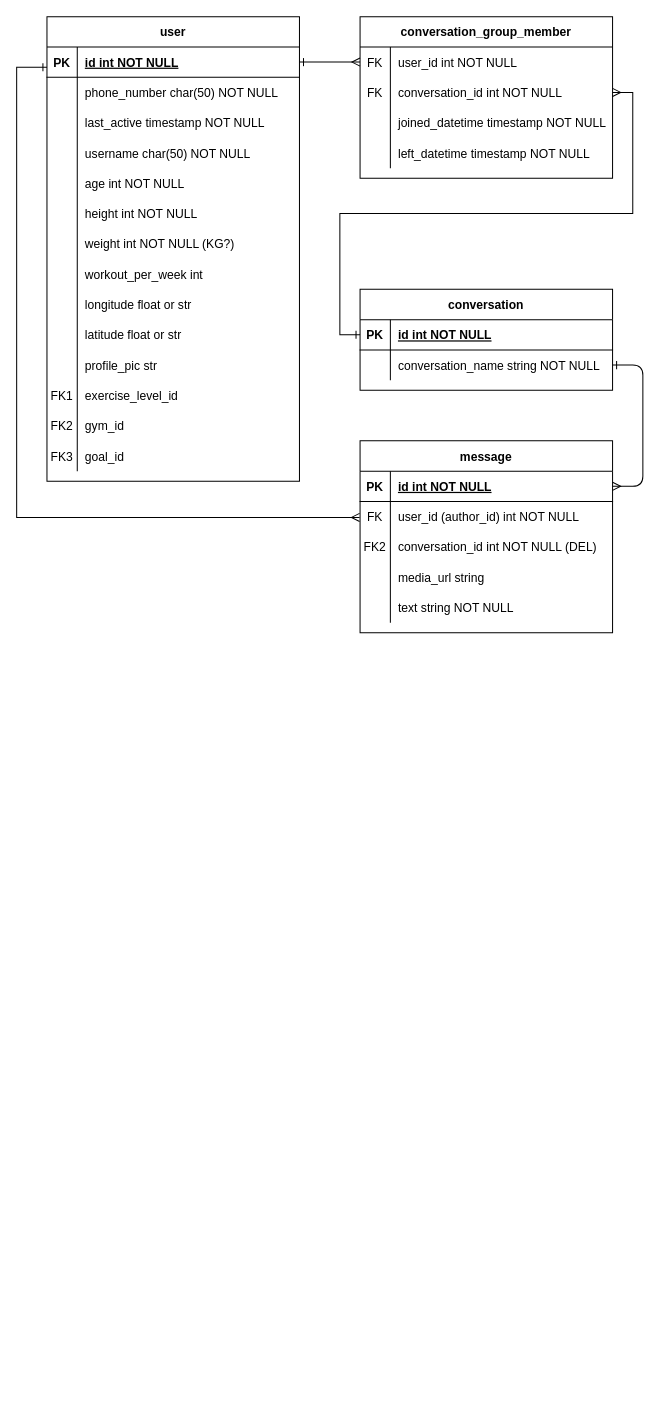
The draw.io diagram WeGoGym/WeGoGym-DB.drawio in ColaboAI/Diagrams, before the edit. Source tidied: cells renumbered, new cells numbered last; positions are measured from the earlier drawing's top-left corner, leaving out a move shared by most shapes. Both pictures are drawn from the tidied source at 101%, with x=0, y=0 at pixel (16, 16).
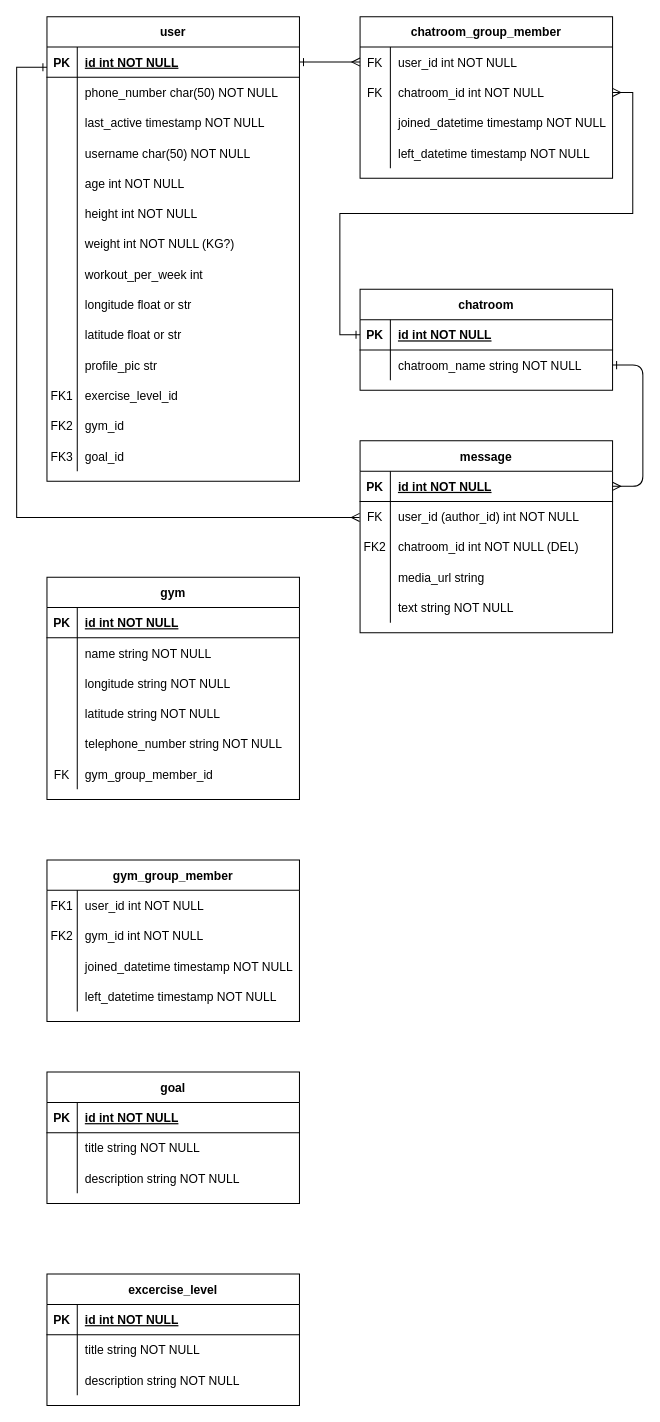
Above is the later version.

Commit message:
Add New Tables and Update table name

Unchanged cells that the change refers to:
```xml
<mxCell id="11" style="shape=partialRectangle;fillColor=none;top=0;left=0;right=0;bottom=0;" parent="4" vertex="1">
  <mxGeometry y="90" width="250" height="30" as="geometry" />
</mxCell>
<mxCell id="24" style="shape=partialRectangle;fillColor=none;points=[[0,0.5],[1,0.5]];portConstraint=eastwest;top=0;left=0;right=0;bottom=0;" parent="20" vertex="1">
  <mxGeometry y="60" width="250" height="30" as="geometry" />
</mxCell>
<mxCell id="74" style="shape=partialRectangle;fillColor=none;points=[[0,0.5],[1,0.5]];portConstraint=eastwest;top=0;left=0;right=0;bottom=0;" parent="70" vertex="1">
  <mxGeometry y="60" width="250" height="30" as="geometry" />
</mxCell>
```

Change to the diagram source:
```diff
@@
-    <mxCell id="13" value="conversation_id int NOT NULL (DEL)" style="shape=partialRectangle;overflow=hidden;fillColor=none;top=0;left=0;bottom=0;right=0;align=left;spacingLeft=6;" parent="11" vertex="1">
+    <mxCell id="13" value="chatroom_id int NOT NULL (DEL)" style="shape=partialRectangle;overflow=hidden;fillColor=none;top=0;left=0;bottom=0;right=0;align=left;spacingLeft=6;" parent="11" vertex="1">
       <mxGeometry x="30" width="220" height="30" as="geometry" />
     </mxCell>
@@
-    <mxCell id="20" value="conversation" style="shape=table;startSize=30;childLayout=tableLayout;rowLines=0;fontStyle=1;align=center;" parent="1" vertex="1">
+    <mxCell id="20" value="chatroom" style="shape=table;startSize=30;childLayout=tableLayout;rowLines=0;fontStyle=1;align=center;" parent="1" vertex="1">
       <mxGeometry x="340" y="270" width="250" height="100" as="geometry" />
     </mxCell>
@@
-    <mxCell id="26" value="conversation_name string NOT NULL" style="shape=partialRectangle;overflow=hidden;fillColor=none;top=0;left=0;bottom=0;right=0;align=left;spacingLeft=6;" parent="24" vertex="1">
+    <mxCell id="26" value="chatroom_name string NOT NULL" style="shape=partialRectangle;overflow=hidden;fillColor=none;top=0;left=0;bottom=0;right=0;align=left;spacingLeft=6;" parent="24" vertex="1">
       <mxGeometry x="30" width="220" height="30" as="geometry" />
     </mxCell>
@@
-    <mxCell id="70" value="conversation_group_member" style="shape=table;startSize=30;childLayout=tableLayout;rowLines=0;fontStyle=1;align=center;" parent="1" vertex="1">
+    <mxCell id="70" value="chatroom_group_member" style="shape=table;startSize=30;childLayout=tableLayout;rowLines=0;fontStyle=1;align=center;" parent="1" vertex="1">
       <mxGeometry x="340" width="250" height="160" as="geometry" />
     </mxCell>
@@
-    <mxCell id="76" value="conversation_id int NOT NULL" style="shape=partialRectangle;overflow=hidden;fillColor=none;top=0;left=0;bottom=0;right=0;align=left;spacingLeft=6;" parent="74" vertex="1">
+    <mxCell id="76" value="chatroom_id int NOT NULL" style="shape=partialRectangle;overflow=hidden;fillColor=none;top=0;left=0;bottom=0;right=0;align=left;spacingLeft=6;" parent="74" vertex="1">
       <mxGeometry x="30" width="220" height="30" as="geometry" />
     </mxCell>
@@
+    <mxCell id="85" value="gym" style="shape=table;startSize=30;childLayout=tableLayout;rowLines=0;fontStyle=1;align=center;" parent="1" vertex="1">
+      <mxGeometry x="30" y="555" width="250" height="220" as="geometry" />
+    </mxCell>
+    <mxCell id="86" style="shape=partialRectangle;fillColor=none;top=0;left=0;right=0;bottom=1;" parent="85" vertex="1">
+      <mxGeometry y="30" width="250" height="30" as="geometry" />
+    </mxCell>
+    <mxCell id="87" value="PK" style="shape=partialRectangle;overflow=hidden;fillColor=none;top=0;left=0;bottom=0;right=0;fontStyle=1;" parent="86" vertex="1">
+      <mxGeometry width="30" height="30" as="geometry" />
+    </mxCell>
+    <mxCell id="88" value="id int NOT NULL " style="shape=partialRectangle;overflow=hidden;fillColor=none;top=0;left=0;bottom=0;right=0;align=left;spacingLeft=6;fontStyle=5;" parent="86" vertex="1">
+      <mxGeometry x="30" width="220" height="30" as="geometry" />
+    </mxCell>
+    <mxCell id="89" style="shape=partialRectangle;fillColor=none;top=0;left=0;right=0;bottom=0;" parent="85" vertex="1">
+      <mxGeometry y="60" width="250" height="30" as="geometry" />
+    </mxCell>
+    <mxCell id="90" style="shape=partialRectangle;overflow=hidden;fillColor=none;top=0;left=0;bottom=0;right=0;" parent="89" vertex="1">
+      <mxGeometry width="30" height="30" as="geometry" />
+    </mxCell>
+    <mxCell id="91" value="name string NOT NULL" style="shape=partialRectangle;overflow=hidden;fillColor=none;top=0;left=0;bottom=0;right=0;align=left;spacingLeft=6;" parent="89" vertex="1">
+      <mxGeometry x="30" width="220" height="30" as="geometry" />
+    </mxCell>
+    <mxCell id="92" style="shape=partialRectangle;fillColor=none;top=0;left=0;right=0;bottom=0;" parent="85" vertex="1">
+      <mxGeometry y="90" width="250" height="30" as="geometry" />
+    </mxCell>
+    <mxCell id="93" style="shape=partialRectangle;overflow=hidden;fillColor=none;top=0;left=0;bottom=0;right=0;" parent="92" vertex="1">
+      <mxGeometry width="30" height="30" as="geometry" />
+    </mxCell>
+    <mxCell id="94" value="longitude string NOT NULL" style="shape=partialRectangle;overflow=hidden;fillColor=none;top=0;left=0;bottom=0;right=0;align=left;spacingLeft=6;" parent="92" vertex="1">
+      <mxGeometry x="30" width="220" height="30" as="geometry" />
+    </mxCell>
+    <mxCell id="95" style="shape=partialRectangle;fillColor=none;top=0;left=0;right=0;bottom=0;" parent="85" vertex="1">
+      <mxGeometry y="120" width="250" height="30" as="geometry" />
+    </mxCell>
+    <mxCell id="96" style="shape=partialRectangle;overflow=hidden;fillColor=none;top=0;left=0;bottom=0;right=0;" parent="95" vertex="1">
+      <mxGeometry width="30" height="30" as="geometry" />
+    </mxCell>
+    <mxCell id="97" value="latitude string NOT NULL" style="shape=partialRectangle;overflow=hidden;fillColor=none;top=0;left=0;bottom=0;right=0;align=left;spacingLeft=6;" parent="95" vertex="1">
+      <mxGeometry x="30" width="220" height="30" as="geometry" />
+    </mxCell>
+    <mxCell id="98" style="shape=partialRectangle;fillColor=none;top=0;left=0;right=0;bottom=0;" parent="85" vertex="1">
+      <mxGeometry y="150" width="250" height="30" as="geometry" />
+    </mxCell>
+    <mxCell id="99" style="shape=partialRectangle;overflow=hidden;fillColor=none;top=0;left=0;bottom=0;right=0;" parent="98" vertex="1">
+      <mxGeometry width="30" height="30" as="geometry" />
+    </mxCell>
+    <mxCell id="100" value="telephone_number string NOT NULL" style="shape=partialRectangle;overflow=hidden;fillColor=none;top=0;left=0;bottom=0;right=0;align=left;spacingLeft=6;" parent="98" vertex="1">
+      <mxGeometry x="30" width="220" height="30" as="geometry" />
+    </mxCell>
+    <mxCell id="101" style="shape=partialRectangle;fillColor=none;top=0;left=0;right=0;bottom=0;" parent="85" vertex="1">
+      <mxGeometry y="180" width="250" height="30" as="geometry" />
+    </mxCell>
+    <mxCell id="102" value="FK" style="shape=partialRectangle;overflow=hidden;fillColor=none;top=0;left=0;bottom=0;right=0;" parent="101" vertex="1">
+      <mxGeometry width="30" height="30" as="geometry" />
+    </mxCell>
+    <mxCell id="103" value="gym_group_member_id" style="shape=partialRectangle;overflow=hidden;fillColor=none;top=0;left=0;bottom=0;right=0;align=left;spacingLeft=6;" parent="101" vertex="1">
+      <mxGeometry x="30" width="220" height="30" as="geometry" />
+    </mxCell>
+    <mxCell id="104" value="gym_group_member" style="shape=table;startSize=30;childLayout=tableLayout;rowLines=0;fontStyle=1;align=center;" parent="1" vertex="1">
+      <mxGeometry x="30" y="835" width="250" height="160" as="geometry" />
+    </mxCell>
+    <mxCell id="105" style="shape=partialRectangle;fillColor=none;top=0;left=0;right=0;bottom=0;" parent="104" vertex="1">
+      <mxGeometry y="30" width="250" height="30" as="geometry" />
+    </mxCell>
+    <mxCell id="106" value="FK1" style="shape=partialRectangle;overflow=hidden;fillColor=none;top=0;left=0;bottom=0;right=0;" parent="105" vertex="1">
+      <mxGeometry width="30" height="30" as="geometry" />
+    </mxCell>
+    <mxCell id="107" value="user_id int NOT NULL" style="shape=partialRectangle;overflow=hidden;fillColor=none;top=0;left=0;bottom=0;right=0;align=left;spacingLeft=6;" parent="105" vertex="1">
+      <mxGeometry x="30" width="220" height="30" as="geometry" />
+    </mxCell>
+    <mxCell id="108" style="shape=partialRectangle;fillColor=none;top=0;left=0;right=0;bottom=0;" parent="104" vertex="1">
+      <mxGeometry y="60" width="250" height="30" as="geometry" />
+    </mxCell>
+    <mxCell id="109" value="FK2" style="shape=partialRectangle;overflow=hidden;fillColor=none;top=0;left=0;bottom=0;right=0;" parent="108" vertex="1">
+      <mxGeometry width="30" height="30" as="geometry" />
+    </mxCell>
+    <mxCell id="110" value="gym_id int NOT NULL" style="shape=partialRectangle;overflow=hidden;fillColor=none;top=0;left=0;bottom=0;right=0;align=left;spacingLeft=6;" parent="108" vertex="1">
+      <mxGeometry x="30" width="220" height="30" as="geometry" />
+    </mxCell>
+    <mxCell id="111" style="shape=partialRectangle;fillColor=none;top=0;left=0;right=0;bottom=0;" parent="104" vertex="1">
+      <mxGeometry y="90" width="250" height="30" as="geometry" />
+    </mxCell>
+    <mxCell id="112" style="shape=partialRectangle;overflow=hidden;fillColor=none;top=0;left=0;bottom=0;right=0;" parent="111" vertex="1">
+      <mxGeometry width="30" height="30" as="geometry" />
+    </mxCell>
+    <mxCell id="113" value="joined_datetime timestamp NOT NULL" style="shape=partialRectangle;overflow=hidden;fillColor=none;top=0;left=0;bottom=0;right=0;align=left;spacingLeft=6;" parent="111" vertex="1">
+      <mxGeometry x="30" width="220" height="30" as="geometry" />
+    </mxCell>
+    <mxCell id="114" style="shape=partialRectangle;fillColor=none;top=0;left=0;right=0;bottom=0;" parent="104" vertex="1">
+      <mxGeometry y="120" width="250" height="30" as="geometry" />
+    </mxCell>
+    <mxCell id="115" style="shape=partialRectangle;overflow=hidden;fillColor=none;top=0;left=0;bottom=0;right=0;" parent="114" vertex="1">
+      <mxGeometry width="30" height="30" as="geometry" />
+    </mxCell>
+    <mxCell id="116" value="left_datetime timestamp NOT NULL" style="shape=partialRectangle;overflow=hidden;fillColor=none;top=0;left=0;bottom=0;right=0;align=left;spacingLeft=6;" parent="114" vertex="1">
+      <mxGeometry x="30" width="220" height="30" as="geometry" />
+    </mxCell>
+    <mxCell id="117" value="goal" style="shape=table;startSize=30;childLayout=tableLayout;rowLines=0;fontStyle=1;align=center;" parent="1" vertex="1">
+      <mxGeometry x="30" y="1045" width="250" height="130" as="geometry" />
+    </mxCell>
+    <mxCell id="118" style="shape=partialRectangle;fillColor=none;top=0;left=0;right=0;bottom=1;" parent="117" vertex="1">
+      <mxGeometry y="30" width="250" height="30" as="geometry" />
+    </mxCell>
+    <mxCell id="119" value="PK" style="shape=partialRectangle;overflow=hidden;fillColor=none;top=0;left=0;bottom=0;right=0;fontStyle=1;" parent="118" vertex="1">
+      <mxGeometry width="30" height="30" as="geometry" />
+    </mxCell>
+    <mxCell id="120" value="id int NOT NULL " style="shape=partialRectangle;overflow=hidden;fillColor=none;top=0;left=0;bottom=0;right=0;align=left;spacingLeft=6;fontStyle=5;" parent="118" vertex="1">
+      <mxGeometry x="30" width="220" height="30" as="geometry" />
+    </mxCell>
+    <mxCell id="121" style="shape=partialRectangle;fillColor=none;top=0;left=0;right=0;bottom=0;" parent="117" vertex="1">
+      <mxGeometry y="60" width="250" height="30" as="geometry" />
+    </mxCell>
+    <mxCell id="122" style="shape=partialRectangle;overflow=hidden;fillColor=none;top=0;left=0;bottom=0;right=0;" parent="121" vertex="1">
+      <mxGeometry width="30" height="30" as="geometry" />
+    </mxCell>
+    <mxCell id="123" value="title string NOT NULL" style="shape=partialRectangle;overflow=hidden;fillColor=none;top=0;left=0;bottom=0;right=0;align=left;spacingLeft=6;" parent="121" vertex="1">
+      <mxGeometry x="30" width="220" height="30" as="geometry" />
+    </mxCell>
+    <mxCell id="124" style="shape=partialRectangle;fillColor=none;top=0;left=0;right=0;bottom=0;" parent="117" vertex="1">
+      <mxGeometry y="90" width="250" height="30" as="geometry" />
+    </mxCell>
+    <mxCell id="125" style="shape=partialRectangle;overflow=hidden;fillColor=none;top=0;left=0;bottom=0;right=0;" parent="124" vertex="1">
+      <mxGeometry width="30" height="30" as="geometry" />
+    </mxCell>
+    <mxCell id="126" value="description string NOT NULL" style="shape=partialRectangle;overflow=hidden;fillColor=none;top=0;left=0;bottom=0;right=0;align=left;spacingLeft=6;" parent="124" vertex="1">
+      <mxGeometry x="30" width="220" height="30" as="geometry" />
+    </mxCell>
+    <mxCell id="127" value="excercise_level" style="shape=table;startSize=30;childLayout=tableLayout;rowLines=0;fontStyle=1;align=center;" parent="1" vertex="1">
+      <mxGeometry x="30" y="1245" width="250" height="130" as="geometry" />
+    </mxCell>
+    <mxCell id="128" style="shape=partialRectangle;fillColor=none;top=0;left=0;right=0;bottom=1;" parent="127" vertex="1">
+      <mxGeometry y="30" width="250" height="30" as="geometry" />
+    </mxCell>
+    <mxCell id="129" value="PK" style="shape=partialRectangle;overflow=hidden;fillColor=none;top=0;left=0;bottom=0;right=0;fontStyle=1;" parent="128" vertex="1">
+      <mxGeometry width="30" height="30" as="geometry" />
+    </mxCell>
+    <mxCell id="130" value="id int NOT NULL " style="shape=partialRectangle;overflow=hidden;fillColor=none;top=0;left=0;bottom=0;right=0;align=left;spacingLeft=6;fontStyle=5;" parent="128" vertex="1">
+      <mxGeometry x="30" width="220" height="30" as="geometry" />
+    </mxCell>
+    <mxCell id="131" style="shape=partialRectangle;fillColor=none;top=0;left=0;right=0;bottom=0;" parent="127" vertex="1">
+      <mxGeometry y="60" width="250" height="30" as="geometry" />
+    </mxCell>
+    <mxCell id="132" style="shape=partialRectangle;overflow=hidden;fillColor=none;top=0;left=0;bottom=0;right=0;" parent="131" vertex="1">
+      <mxGeometry width="30" height="30" as="geometry" />
+    </mxCell>
+    <mxCell id="133" value="title string NOT NULL" style="shape=partialRectangle;overflow=hidden;fillColor=none;top=0;left=0;bottom=0;right=0;align=left;spacingLeft=6;" parent="131" vertex="1">
+      <mxGeometry x="30" width="220" height="30" as="geometry" />
+    </mxCell>
+    <mxCell id="134" style="shape=partialRectangle;fillColor=none;top=0;left=0;right=0;bottom=0;" parent="127" vertex="1">
+      <mxGeometry y="90" width="250" height="30" as="geometry" />
+    </mxCell>
+    <mxCell id="135" style="shape=partialRectangle;overflow=hidden;fillColor=none;top=0;left=0;bottom=0;right=0;" parent="134" vertex="1">
+      <mxGeometry width="30" height="30" as="geometry" />
+    </mxCell>
+    <mxCell id="136" value="description string NOT NULL" style="shape=partialRectangle;overflow=hidden;fillColor=none;top=0;left=0;bottom=0;right=0;align=left;spacingLeft=6;" parent="134" vertex="1">
+      <mxGeometry x="30" width="220" height="30" as="geometry" />
+    </mxCell>
```
